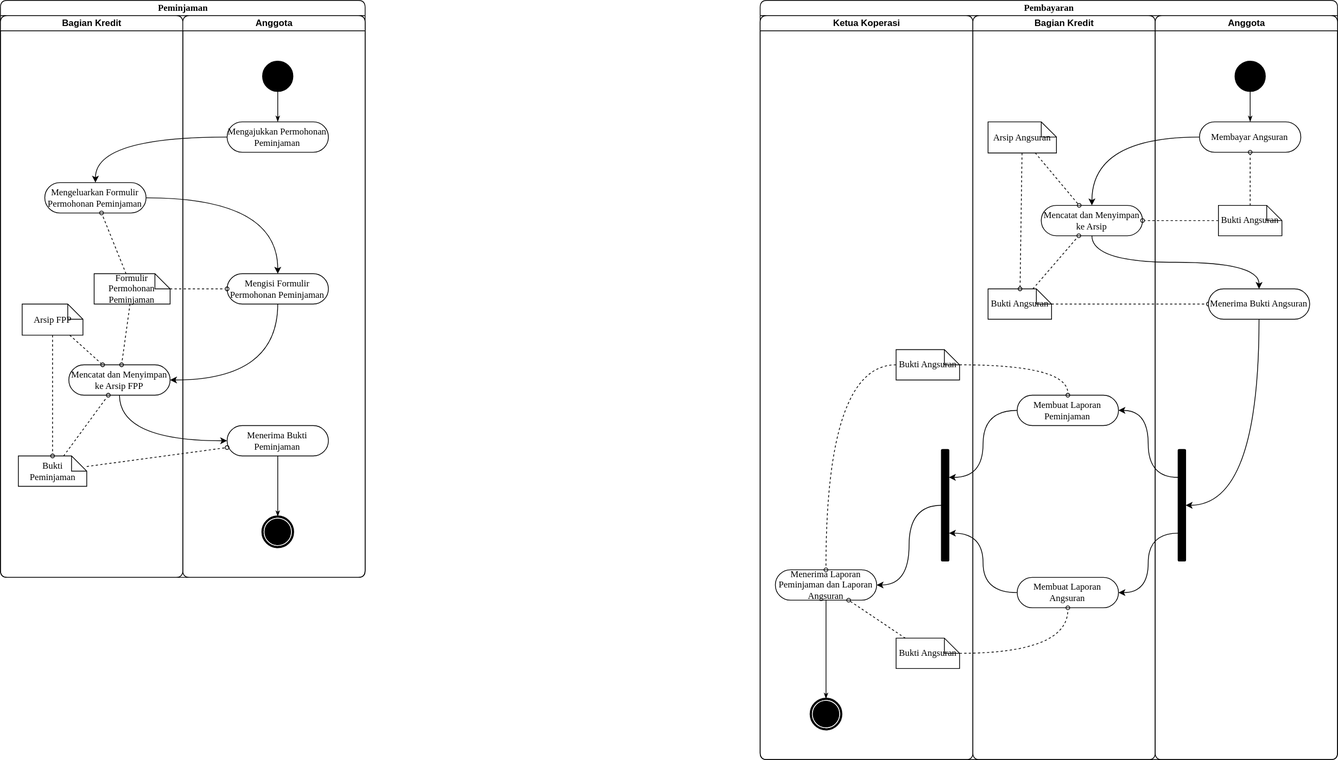
Earlier version of the draw.io export apb-koperasi.drawio.svg (fauzan-radji/diagrams). Source tidied: cells renumbered, new cells last; positions are measured from the earlier drawing's top-left corner, leaving out a move shared by most shapes.
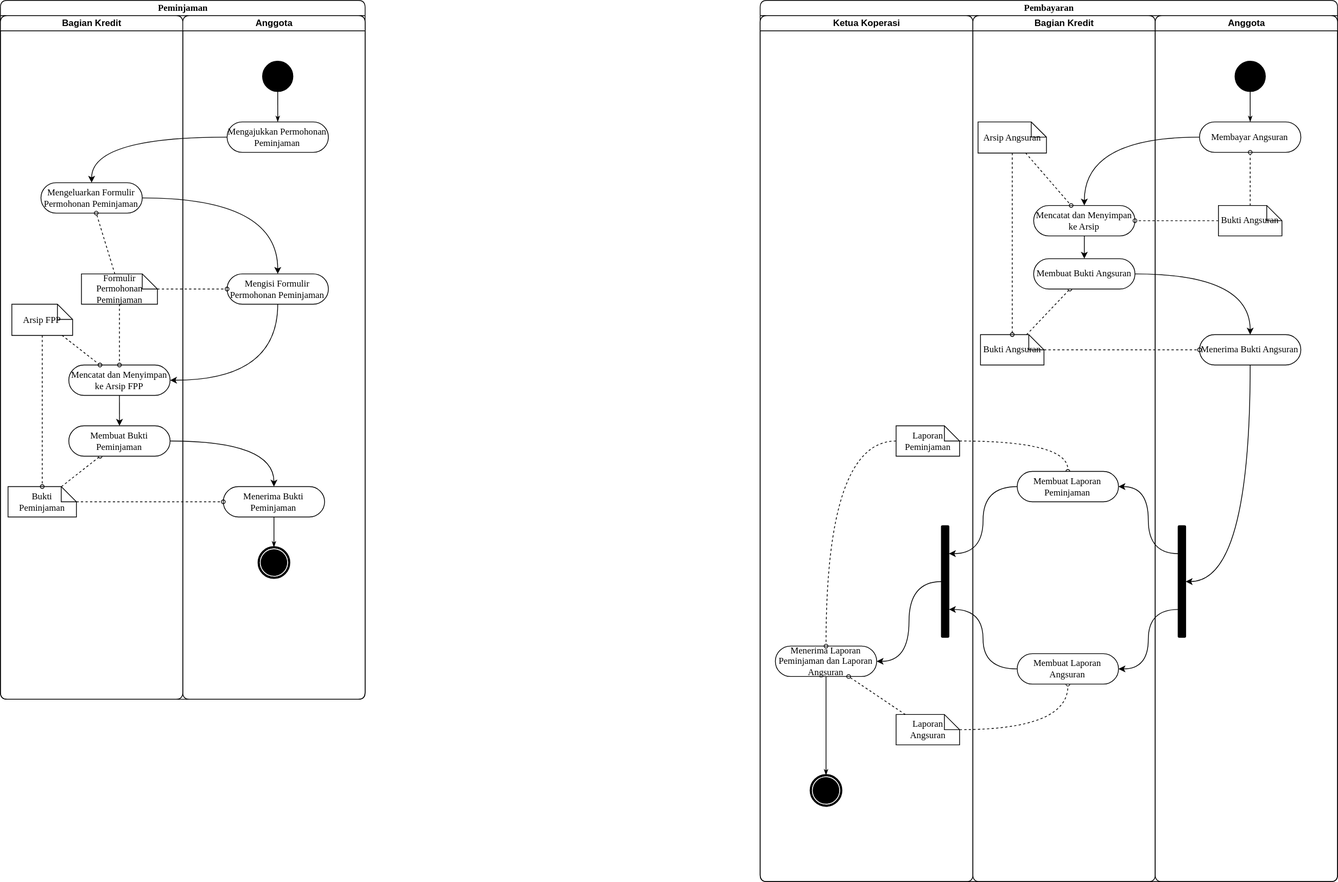
Later version of the same file.

Commit message:
Update apb-koperasi.drawio.svg: start to insert image

Diff of the diagram source:
```diff
@@ -5,3 +5,3 @@
     <mxCell id="2" value="Peminjaman" style="swimlane;html=1;startSize=20;rounded=1;shadow=0;comic=0;labelBackgroundColor=none;strokeWidth=1;fontFamily=Verdana;fontSize=12;align=center;" parent="1" vertex="1">
-      <mxGeometry width="480" height="760" as="geometry" />
+      <mxGeometry width="480" height="920" as="geometry" />
     </mxCell>
@@ -11,6 +11,6 @@
     <mxCell id="4" value="Bagian Kredit" style="swimlane;html=1;startSize=20;rounded=1;" parent="2" vertex="1">
-      <mxGeometry y="20" width="240" height="740" as="geometry" />
+      <mxGeometry y="20" width="240" height="900" as="geometry" />
     </mxCell>
     <mxCell id="5" value="Mengeluarkan Formulir Permohonan Peminjaman" style="rounded=1;html=1;shadow=0;comic=0;labelBackgroundColor=none;strokeWidth=1;fontFamily=Verdana;fontSize=12;align=center;arcSize=50;whiteSpace=wrap;labelBorderColor=none;glass=0;sketch=0;" parent="4" vertex="1">
-      <mxGeometry x="58.3" y="220" width="133.3" height="40" as="geometry" />
+      <mxGeometry x="53.3" y="220" width="133.3" height="40" as="geometry" />
     </mxCell>
@@ -20,3 +20,3 @@
     <mxCell id="7" value="Formulir Permohonan Peminjaman" style="shape=note;whiteSpace=wrap;html=1;rounded=1;shadow=0;comic=0;labelBackgroundColor=none;strokeWidth=1;fontFamily=Verdana;fontSize=12;align=center;size=20;" parent="4" vertex="1">
-      <mxGeometry x="123.3" y="340" width="100" height="40" as="geometry" />
+      <mxGeometry x="106.7" y="340" width="100" height="40" as="geometry" />
     </mxCell>
@@ -29,3 +29,3 @@
     <mxCell id="10" value="Arsip FPP" style="shape=note;whiteSpace=wrap;html=1;rounded=1;shadow=0;comic=0;labelBackgroundColor=none;strokeWidth=1;fontFamily=Verdana;fontSize=12;align=center;size=20;" parent="4" vertex="1">
-      <mxGeometry x="28.6" y="380" width="80" height="41" as="geometry" />
+      <mxGeometry x="15" y="380" width="80" height="41" as="geometry" />
     </mxCell>
@@ -35,3 +35,3 @@
     <mxCell id="12" value="Bukti Peminjaman" style="shape=note;whiteSpace=wrap;html=1;rounded=1;shadow=0;comic=0;labelBackgroundColor=none;strokeWidth=1;fontFamily=Verdana;fontSize=12;align=center;size=20;" parent="4" vertex="1">
-      <mxGeometry x="23.6" y="580" width="90" height="40" as="geometry" />
+      <mxGeometry x="10" y="620" width="90" height="40" as="geometry" />
     </mxCell>
@@ -40,7 +40,13 @@
     </mxCell>
-    <mxCell id="14" style="edgeStyle=none;rounded=1;html=1;dashed=1;labelBackgroundColor=none;startArrow=none;startFill=0;startSize=5;endArrow=oval;endFill=0;endSize=5;jettySize=auto;strokeWidth=1;fontFamily=Verdana;fontSize=12;curved=1;" parent="4" edge="1" source="12" target="8">
+    <mxCell id="14" style="edgeStyle=none;rounded=1;html=1;dashed=1;labelBackgroundColor=none;startArrow=none;startFill=0;startSize=5;endArrow=oval;endFill=0;endSize=5;jettySize=auto;strokeWidth=1;fontFamily=Verdana;fontSize=12;curved=1;" parent="4" edge="1" source="12" target="67">
       <mxGeometry relative="1" as="geometry" />
     </mxCell>
+    <mxCell id="67" value="Membuat Bukti Peminjaman" style="rounded=1;html=1;shadow=0;comic=0;labelBackgroundColor=none;strokeWidth=1;fontFamily=Verdana;fontSize=12;align=center;arcSize=50;whiteSpace=wrap;labelBorderColor=none;glass=0;sketch=0;" parent="4" vertex="1">
+      <mxGeometry x="90" y="540" width="133.3" height="40" as="geometry" />
+    </mxCell>
+    <mxCell id="26" style="edgeStyle=orthogonalEdgeStyle;shape=connector;curved=1;rounded=1;jettySize=auto;html=1;labelBackgroundColor=default;fontFamily=Helvetica;fontSize=11;fontColor=default;endArrow=classic;strokeColor=default;exitX=0.5;exitY=1;exitDx=0;exitDy=0;" parent="4" edge="1" source="8" target="67">
+      <mxGeometry relative="1" as="geometry" />
+    </mxCell>
     <mxCell id="15" value="Anggota" style="swimlane;html=1;startSize=20;rounded=1;" parent="2" vertex="1">
-      <mxGeometry x="240" y="20" width="240" height="740" as="geometry" />
+      <mxGeometry x="240" y="20" width="240" height="900" as="geometry" />
     </mxCell>
@@ -59,6 +65,6 @@
     <mxCell id="20" value="Menerima Bukti Peminjaman" style="rounded=1;html=1;shadow=0;comic=0;labelBackgroundColor=none;strokeWidth=1;fontFamily=Verdana;fontSize=12;align=center;arcSize=50;whiteSpace=wrap;labelBorderColor=none;glass=0;sketch=0;" parent="15" vertex="1">
-      <mxGeometry x="58.3" y="540" width="133.3" height="40" as="geometry" />
+      <mxGeometry x="53.3" y="620" width="133.3" height="40" as="geometry" />
     </mxCell>
     <mxCell id="21" style="shape=mxgraph.bpmn.shape;html=1;verticalLabelPosition=bottom;labelBackgroundColor=#ffffff;verticalAlign=top;perimeter=ellipsePerimeter;outline=end;symbol=terminate;rounded=1;shadow=0;comic=0;strokeWidth=1;fontFamily=Verdana;fontSize=12;align=center;" parent="15" vertex="1">
-      <mxGeometry x="105" y="660" width="40" height="40" as="geometry" />
+      <mxGeometry x="100" y="700" width="40" height="40" as="geometry" />
     </mxCell>
@@ -76,5 +82,2 @@
     </mxCell>
-    <mxCell id="26" style="edgeStyle=orthogonalEdgeStyle;shape=connector;curved=1;rounded=1;jettySize=auto;html=1;entryX=0;entryY=0.5;entryDx=0;entryDy=0;labelBackgroundColor=default;fontFamily=Helvetica;fontSize=11;fontColor=default;endArrow=classic;strokeColor=default;exitX=0.5;exitY=1;exitDx=0;exitDy=0;" parent="2" edge="1" source="8" target="20">
-      <mxGeometry relative="1" as="geometry" />
-    </mxCell>
     <mxCell id="27" style="edgeStyle=none;rounded=1;html=1;dashed=1;labelBackgroundColor=none;startArrow=none;startFill=0;startSize=5;endArrow=oval;endFill=0;endSize=5;jettySize=auto;strokeWidth=1;fontFamily=Verdana;fontSize=12;curved=1;" parent="2" edge="1" source="12" target="20">
@@ -82,13 +85,16 @@
     </mxCell>
+    <mxCell id="68" style="edgeStyle=orthogonalEdgeStyle;shape=connector;curved=1;rounded=1;jettySize=auto;html=1;labelBackgroundColor=default;fontFamily=Helvetica;fontSize=11;fontColor=default;endArrow=classic;strokeColor=default;" parent="2" edge="1" source="67" target="20">
+      <mxGeometry relative="1" as="geometry" />
+    </mxCell>
     <mxCell id="28" value="Pembayaran" style="swimlane;html=1;startSize=20;rounded=1;shadow=0;comic=0;labelBackgroundColor=none;strokeWidth=1;fontFamily=Verdana;fontSize=12;align=center;" parent="1" vertex="1">
-      <mxGeometry x="1000" width="760" height="1000" as="geometry" />
+      <mxGeometry x="1000" width="760" height="1160" as="geometry" />
     </mxCell>
     <mxCell id="29" value="Ketua Koperasi" style="swimlane;html=1;startSize=20;rounded=1;" parent="28" vertex="1">
-      <mxGeometry y="20" width="280" height="980" as="geometry" />
+      <mxGeometry y="20" width="280" height="1140" as="geometry" />
     </mxCell>
     <mxCell id="30" value="Menerima Laporan Peminjaman dan Laporan Angsuran" style="rounded=1;html=1;shadow=0;comic=0;labelBackgroundColor=none;strokeWidth=1;fontFamily=Verdana;fontSize=12;align=center;arcSize=50;whiteSpace=wrap;labelBorderColor=none;glass=0;sketch=0;" parent="29" vertex="1">
-      <mxGeometry x="20" y="730" width="133.3" height="40" as="geometry" />
+      <mxGeometry x="20" y="830" width="133.3" height="40" as="geometry" />
     </mxCell>
-    <mxCell id="31" value="Bukti Angsuran" style="shape=note;whiteSpace=wrap;html=1;rounded=1;shadow=0;comic=0;labelBackgroundColor=none;strokeWidth=1;fontFamily=Verdana;fontSize=12;align=center;size=20;" parent="29" vertex="1">
-      <mxGeometry x="178.9" y="440" width="83.6" height="40" as="geometry" />
+    <mxCell id="31" value="Laporan Peminjaman" style="shape=note;whiteSpace=wrap;html=1;rounded=1;shadow=0;comic=0;labelBackgroundColor=none;strokeWidth=1;fontFamily=Verdana;fontSize=12;align=center;size=20;" parent="29" vertex="1">
+      <mxGeometry x="178.9" y="540" width="83.6" height="40" as="geometry" />
     </mxCell>
@@ -97,4 +103,4 @@
     </mxCell>
-    <mxCell id="33" value="Bukti Angsuran" style="shape=note;whiteSpace=wrap;html=1;rounded=1;shadow=0;comic=0;labelBackgroundColor=none;strokeWidth=1;fontFamily=Verdana;fontSize=12;align=center;size=20;" parent="29" vertex="1">
-      <mxGeometry x="178.9" y="820" width="83.6" height="40" as="geometry" />
+    <mxCell id="33" value="Laporan Angsuran" style="shape=note;whiteSpace=wrap;html=1;rounded=1;shadow=0;comic=0;labelBackgroundColor=none;strokeWidth=1;fontFamily=Verdana;fontSize=12;align=center;size=20;" parent="29" vertex="1">
+      <mxGeometry x="178.9" y="920" width="83.6" height="40" as="geometry" />
     </mxCell>
@@ -104,3 +110,3 @@
     <mxCell id="35" style="whiteSpace=wrap;html=1;rounded=1;shadow=0;comic=0;labelBackgroundColor=none;strokeWidth=1;fillColor=#000000;fontFamily=Verdana;fontSize=12;align=center;rotation=90;" parent="29" vertex="1">
-      <mxGeometry x="170" y="640" width="147" height="10" as="geometry" />
+      <mxGeometry x="170" y="740" width="147" height="10" as="geometry" />
     </mxCell>
@@ -110,3 +116,3 @@
     <mxCell id="37" style="shape=mxgraph.bpmn.shape;html=1;verticalLabelPosition=bottom;labelBackgroundColor=#ffffff;verticalAlign=top;perimeter=ellipsePerimeter;outline=end;symbol=terminate;rounded=1;shadow=0;comic=0;strokeWidth=1;fontFamily=Verdana;fontSize=12;align=center;" parent="29" vertex="1">
-      <mxGeometry x="66.7" y="900" width="40" height="40" as="geometry" />
+      <mxGeometry x="66.7" y="1000" width="40" height="40" as="geometry" />
     </mxCell>
@@ -121,13 +127,22 @@
     </mxCell>
-    <mxCell id="41" style="edgeStyle=none;rounded=1;html=1;dashed=1;labelBackgroundColor=none;startArrow=none;startFill=0;startSize=5;endArrow=oval;endFill=0;endSize=5;jettySize=auto;strokeWidth=1;fontFamily=Verdana;fontSize=12;curved=1;" parent="28" edge="1" source="46" target="60">
-      <mxGeometry relative="1" as="geometry" />
-    </mxCell>
+    <mxCell id="51" style="edgeStyle=orthogonalEdgeStyle;shape=connector;curved=1;rounded=1;jettySize=auto;html=1;exitX=0.75;exitY=1;exitDx=0;exitDy=0;entryX=1;entryY=0.5;entryDx=0;entryDy=0;labelBackgroundColor=default;fontFamily=Helvetica;fontSize=11;fontColor=default;endArrow=classic;strokeColor=default;" parent="28" edge="1" source="61" target="50">
+      <mxGeometry relative="1" as="geometry" />
+    </mxCell>
+    <mxCell id="52" style="edgeStyle=orthogonalEdgeStyle;shape=connector;curved=1;rounded=1;jettySize=auto;html=1;entryX=0.75;entryY=0;entryDx=0;entryDy=0;labelBackgroundColor=default;fontFamily=Helvetica;fontSize=11;fontColor=default;endArrow=classic;strokeColor=default;" parent="28" edge="1" source="50" target="35">
+      <mxGeometry relative="1" as="geometry" />
+    </mxCell>
+    <mxCell id="53" style="edgeStyle=orthogonalEdgeStyle;rounded=1;html=1;dashed=1;labelBackgroundColor=none;startArrow=none;startFill=0;startSize=5;endArrow=oval;endFill=0;endSize=5;jettySize=auto;strokeWidth=1;fontFamily=Verdana;fontSize=12;curved=1;" parent="28" edge="1" source="31" target="49">
+      <mxGeometry relative="1" as="geometry" />
+    </mxCell>
+    <mxCell id="54" style="edgeStyle=orthogonalEdgeStyle;rounded=1;html=1;dashed=1;labelBackgroundColor=none;startArrow=none;startFill=0;startSize=5;endArrow=oval;endFill=0;endSize=5;jettySize=auto;strokeWidth=1;fontFamily=Verdana;fontSize=12;curved=1;" parent="28" edge="1" source="33" target="50">
+      <mxGeometry relative="1" as="geometry" />
+    </mxCell>
     <mxCell id="42" value="Bagian Kredit" style="swimlane;html=1;startSize=20;rounded=1;" parent="28" vertex="1">
-      <mxGeometry x="280" y="20" width="240" height="980" as="geometry" />
+      <mxGeometry x="280" y="20" width="240" height="1140" as="geometry" />
     </mxCell>
     <mxCell id="43" value="Mencatat dan Menyimpan ke Arsip" style="rounded=1;html=1;shadow=0;comic=0;labelBackgroundColor=none;strokeWidth=1;fontFamily=Verdana;fontSize=12;align=center;arcSize=50;whiteSpace=wrap;labelBorderColor=none;glass=0;sketch=0;" parent="42" vertex="1">
-      <mxGeometry x="90" y="250" width="133.3" height="40" as="geometry" />
+      <mxGeometry x="80" y="250" width="133.3" height="40" as="geometry" />
     </mxCell>
     <mxCell id="44" value="Arsip Angsuran" style="shape=note;whiteSpace=wrap;html=1;rounded=1;shadow=0;comic=0;labelBackgroundColor=none;strokeWidth=1;fontFamily=Verdana;fontSize=12;align=center;size=20;" parent="42" vertex="1">
-      <mxGeometry x="20" y="140" width="90" height="41" as="geometry" />
+      <mxGeometry x="6.8" y="140" width="90" height="41" as="geometry" />
     </mxCell>
@@ -137,3 +152,3 @@
     <mxCell id="46" value="Bukti Angsuran" style="shape=note;whiteSpace=wrap;html=1;rounded=1;shadow=0;comic=0;labelBackgroundColor=none;strokeWidth=1;fontFamily=Verdana;fontSize=12;align=center;size=20;" parent="42" vertex="1">
-      <mxGeometry x="20" y="360" width="83.6" height="40" as="geometry" />
+      <mxGeometry x="10" y="420" width="83.6" height="40" as="geometry" />
     </mxCell>
@@ -142,3 +157,3 @@
     </mxCell>
-    <mxCell id="48" style="edgeStyle=none;rounded=1;html=1;dashed=1;labelBackgroundColor=none;startArrow=none;startFill=0;startSize=5;endArrow=oval;endFill=0;endSize=5;jettySize=auto;strokeWidth=1;fontFamily=Verdana;fontSize=12;curved=1;" parent="42" edge="1" source="46" target="43">
+    <mxCell id="48" style="edgeStyle=none;rounded=1;html=1;dashed=1;labelBackgroundColor=none;startArrow=none;startFill=0;startSize=5;endArrow=oval;endFill=0;endSize=5;jettySize=auto;strokeWidth=1;fontFamily=Verdana;fontSize=12;curved=1;" parent="42" edge="1" source="46" target="69">
       <mxGeometry relative="1" as="geometry" />
@@ -146,21 +161,15 @@
     <mxCell id="49" value="Membuat Laporan Peminjaman" style="rounded=1;html=1;shadow=0;comic=0;labelBackgroundColor=none;strokeWidth=1;fontFamily=Verdana;fontSize=12;align=center;arcSize=50;whiteSpace=wrap;labelBorderColor=none;glass=0;sketch=0;" parent="42" vertex="1">
-      <mxGeometry x="58.3" y="500" width="133.3" height="40" as="geometry" />
+      <mxGeometry x="58.3" y="600" width="133.3" height="40" as="geometry" />
     </mxCell>
     <mxCell id="50" value="Membuat Laporan Angsuran" style="rounded=1;html=1;shadow=0;comic=0;labelBackgroundColor=none;strokeWidth=1;fontFamily=Verdana;fontSize=12;align=center;arcSize=50;whiteSpace=wrap;labelBorderColor=none;glass=0;sketch=0;" parent="42" vertex="1">
-      <mxGeometry x="58.3" y="740" width="133.3" height="40" as="geometry" />
+      <mxGeometry x="58.3" y="840" width="133.3" height="40" as="geometry" />
     </mxCell>
-    <mxCell id="51" style="edgeStyle=orthogonalEdgeStyle;shape=connector;curved=1;rounded=1;jettySize=auto;html=1;exitX=0.75;exitY=1;exitDx=0;exitDy=0;entryX=1;entryY=0.5;entryDx=0;entryDy=0;labelBackgroundColor=default;fontFamily=Helvetica;fontSize=11;fontColor=default;endArrow=classic;strokeColor=default;" parent="28" edge="1" source="61" target="50">
-      <mxGeometry relative="1" as="geometry" />
-    </mxCell>
-    <mxCell id="52" style="edgeStyle=orthogonalEdgeStyle;shape=connector;curved=1;rounded=1;jettySize=auto;html=1;entryX=0.75;entryY=0;entryDx=0;entryDy=0;labelBackgroundColor=default;fontFamily=Helvetica;fontSize=11;fontColor=default;endArrow=classic;strokeColor=default;" parent="28" edge="1" source="50" target="35">
-      <mxGeometry relative="1" as="geometry" />
-    </mxCell>
-    <mxCell id="53" style="edgeStyle=orthogonalEdgeStyle;rounded=1;html=1;dashed=1;labelBackgroundColor=none;startArrow=none;startFill=0;startSize=5;endArrow=oval;endFill=0;endSize=5;jettySize=auto;strokeWidth=1;fontFamily=Verdana;fontSize=12;curved=1;" parent="28" edge="1" source="31" target="49">
-      <mxGeometry relative="1" as="geometry" />
-    </mxCell>
-    <mxCell id="54" style="edgeStyle=orthogonalEdgeStyle;rounded=1;html=1;dashed=1;labelBackgroundColor=none;startArrow=none;startFill=0;startSize=5;endArrow=oval;endFill=0;endSize=5;jettySize=auto;strokeWidth=1;fontFamily=Verdana;fontSize=12;curved=1;" parent="28" edge="1" source="33" target="50">
-      <mxGeometry relative="1" as="geometry" />
-    </mxCell>
+    <mxCell id="69" value="Membuat Bukti Angsuran" style="rounded=1;html=1;shadow=0;comic=0;labelBackgroundColor=none;strokeWidth=1;fontFamily=Verdana;fontSize=12;align=center;arcSize=50;whiteSpace=wrap;labelBorderColor=none;glass=0;sketch=0;" parent="42" vertex="1">
+      <mxGeometry x="80" y="320" width="133.3" height="40" as="geometry" />
+    </mxCell>
+    <mxCell id="65" style="edgeStyle=orthogonalEdgeStyle;shape=connector;curved=1;rounded=1;jettySize=auto;html=1;entryX=0.5;entryY=0;entryDx=0;entryDy=0;labelBackgroundColor=default;fontFamily=Helvetica;fontSize=11;fontColor=default;endArrow=classic;strokeColor=default;exitX=0.5;exitY=1;exitDx=0;exitDy=0;" parent="42" edge="1" source="43" target="69">
+      <mxGeometry relative="1" as="geometry" />
+    </mxCell>
     <mxCell id="55" value="Anggota" style="swimlane;html=1;startSize=20;rounded=1;" parent="28" vertex="1">
-      <mxGeometry x="520" y="20" width="240" height="980" as="geometry" />
+      <mxGeometry x="520" y="20" width="240" height="1140" as="geometry" />
     </mxCell>
@@ -179,6 +188,6 @@
     <mxCell id="60" value="Menerima Bukti Angsuran" style="rounded=1;html=1;shadow=0;comic=0;labelBackgroundColor=none;strokeWidth=1;fontFamily=Verdana;fontSize=12;align=center;arcSize=50;whiteSpace=wrap;labelBorderColor=none;glass=0;sketch=0;" parent="55" vertex="1">
-      <mxGeometry x="70" y="360" width="133.3" height="40" as="geometry" />
+      <mxGeometry x="58.3" y="420" width="133.3" height="40" as="geometry" />
     </mxCell>
     <mxCell id="61" style="whiteSpace=wrap;html=1;rounded=1;shadow=0;comic=0;labelBackgroundColor=none;strokeWidth=1;fillColor=#000000;fontFamily=Verdana;fontSize=12;align=center;rotation=90;" parent="55" vertex="1">
-      <mxGeometry x="-38.4" y="640" width="147" height="10" as="geometry" />
+      <mxGeometry x="-38.4" y="740" width="147" height="10" as="geometry" />
     </mxCell>
@@ -193,5 +202,2 @@
     </mxCell>
-    <mxCell id="65" style="edgeStyle=orthogonalEdgeStyle;shape=connector;curved=1;rounded=1;jettySize=auto;html=1;entryX=0.5;entryY=0;entryDx=0;entryDy=0;labelBackgroundColor=default;fontFamily=Helvetica;fontSize=11;fontColor=default;endArrow=classic;strokeColor=default;exitX=0.5;exitY=1;exitDx=0;exitDy=0;" parent="28" edge="1" source="43" target="60">
-      <mxGeometry relative="1" as="geometry" />
-    </mxCell>
     <mxCell id="66" style="edgeStyle=none;rounded=1;html=1;dashed=1;labelBackgroundColor=none;startArrow=none;startFill=0;startSize=5;endArrow=oval;endFill=0;endSize=5;jettySize=auto;strokeWidth=1;fontFamily=Verdana;fontSize=12;curved=1;" parent="28" edge="1" source="62" target="43">
@@ -199,2 +205,8 @@
     </mxCell>
+    <mxCell id="70" style="edgeStyle=orthogonalEdgeStyle;shape=connector;curved=1;rounded=1;jettySize=auto;html=1;entryX=0.5;entryY=0;entryDx=0;entryDy=0;labelBackgroundColor=default;fontFamily=Helvetica;fontSize=11;fontColor=default;endArrow=classic;strokeColor=default;" parent="28" edge="1" source="69" target="60">
+      <mxGeometry relative="1" as="geometry" />
+    </mxCell>
+    <mxCell id="41" style="edgeStyle=none;rounded=1;html=1;dashed=1;labelBackgroundColor=none;startArrow=none;startFill=0;startSize=5;endArrow=oval;endFill=0;endSize=5;jettySize=auto;strokeWidth=1;fontFamily=Verdana;fontSize=12;curved=1;" parent="28" edge="1" source="46" target="60">
+      <mxGeometry relative="1" as="geometry" />
+    </mxCell>
   </root>
```
